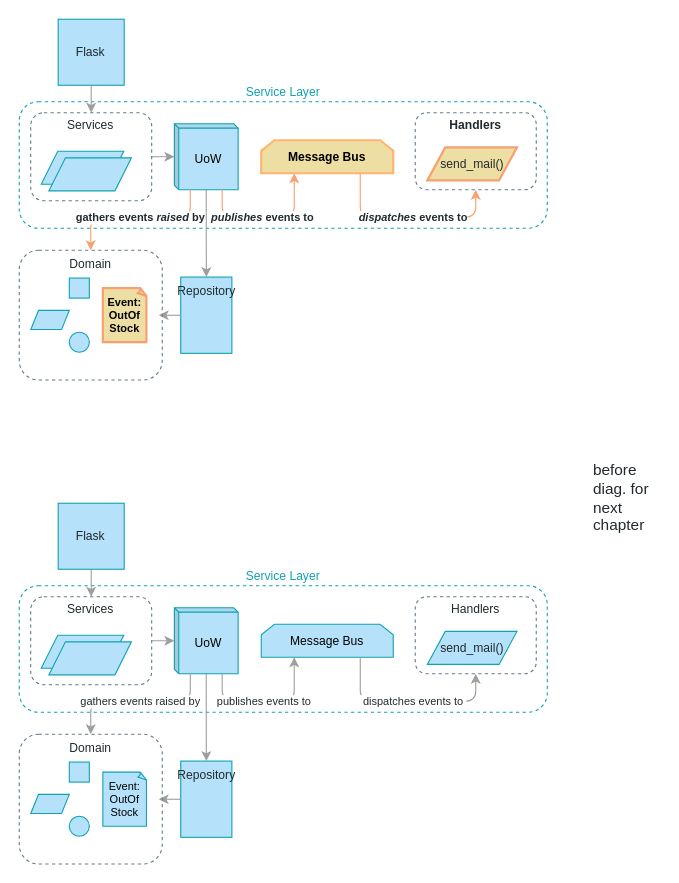
Earlier version of the draw.io diagram page "Chapter 8" (6 of 11) of maps.drawio (cosmicpython/book). Source tidied: cells renumbered, new cells numbered last; positions are measured from the earlier drawing's top-left corner, leaving out a move shared by most shapes. Both pictures are drawn from the tidied source at 110%, with x=0, y=0 at pixel (19, 19).
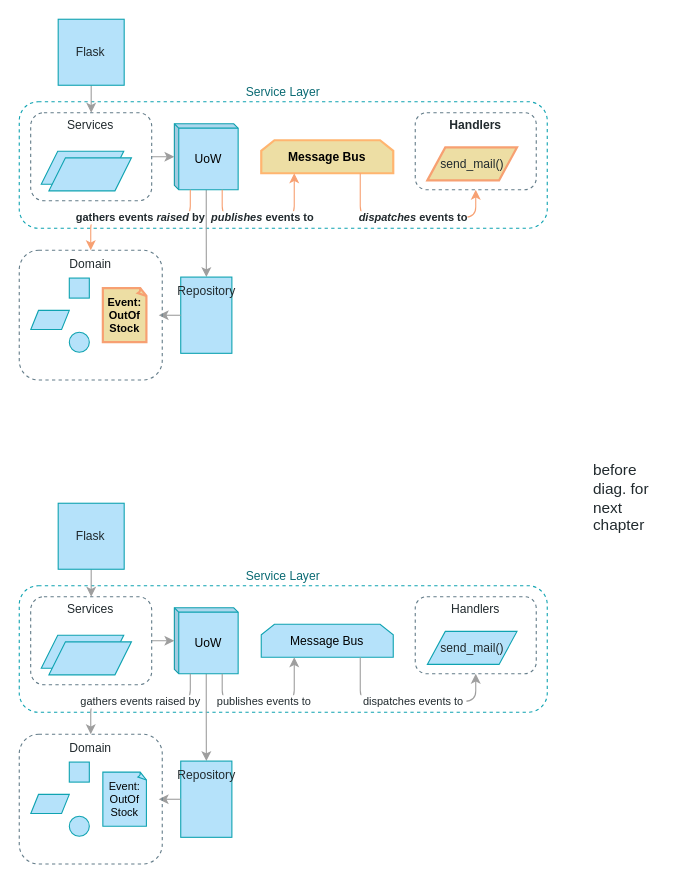
Above is the later version.

The edit, as a diff of the source:
```diff
@@
-    <mxCell id="2" value="Service Layer" style="rounded=1;whiteSpace=wrap;html=1;shadow=0;dashed=1;fontFamily=Guardian Sans Cond Light;fontSize=11;fontColor=#0FA3B1;align=center;strokeColor=#0FA3B1;gradientColor=#ffffff;fillColor=none;labelPosition=center;verticalLabelPosition=top;verticalAlign=bottom;" parent="1" vertex="1">
+    <mxCell id="2" value="Service Layer" style="rounded=1;whiteSpace=wrap;html=1;shadow=0;dashed=1;fontFamily=Guardian Sans Cond Light;fontSize=11;fontColor=#0A6A73;align=center;strokeColor=#0FA3B1;gradientColor=#ffffff;fillColor=none;labelPosition=center;verticalLabelPosition=top;verticalAlign=bottom;" parent="1" vertex="1">
       <mxGeometry y="75" width="480" height="115" as="geometry" />
     </mxCell>
@@
-    <mxCell id="28" value="Service Layer" style="rounded=1;whiteSpace=wrap;html=1;shadow=0;dashed=1;fontFamily=Guardian Sans Cond Light;fontSize=11;fontColor=#0FA3B1;align=center;strokeColor=#0FA3B1;gradientColor=#ffffff;fillColor=none;labelPosition=center;verticalLabelPosition=top;verticalAlign=bottom;fontStyle=0;" parent="1" vertex="1">
+    <mxCell id="28" value="Service Layer" style="rounded=1;whiteSpace=wrap;html=1;shadow=0;dashed=1;fontFamily=Guardian Sans Cond Light;fontSize=11;fontColor=#0A6A73;align=center;strokeColor=#0FA3B1;gradientColor=#ffffff;fillColor=none;labelPosition=center;verticalLabelPosition=top;verticalAlign=bottom;fontStyle=0;" parent="1" vertex="1">
       <mxGeometry y="515" width="480" height="115" as="geometry" />
     </mxCell>
```
